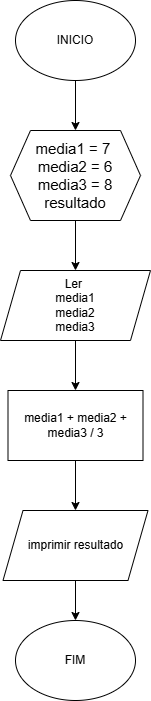
sthevaolol/Draw.io keeps this draw.io diagram as ativ4.drawio.png. Above is the earlier version. Source tidied: cells renumbered, new cells last; positions are measured from the earlier drawing's top-left corner, leaving out a move shared by most shapes. Its diagram source:
```xml
<mxGraphModel>
  <root>
    <mxCell id="0" />
    <mxCell id="1" parent="0" />
    <mxCell id="2" value="INICIO" style="ellipse;whiteSpace=wrap;html=1;" parent="1" vertex="1">
      <mxGeometry x="15" width="120" height="80" as="geometry" />
    </mxCell>
    <mxCell id="3" value="&lt;font style=&quot;font-size: 15px;&quot;&gt;media1 = 7&amp;nbsp;&lt;/font&gt;&lt;div style=&quot;font-size: 15px;&quot;&gt;&lt;font style=&quot;font-size: 15px;&quot;&gt;media2 = 6&lt;/font&gt;&lt;/div&gt;&lt;div style=&quot;font-size: 15px;&quot;&gt;&lt;font style=&quot;font-size: 15px;&quot;&gt;media3 = 8&lt;/font&gt;&lt;/div&gt;&lt;div style=&quot;font-size: 15px;&quot;&gt;&lt;font style=&quot;font-size: 15px;&quot;&gt;resultado&lt;/font&gt;&lt;/div&gt;" style="shape=hexagon;perimeter=hexagonPerimeter2;whiteSpace=wrap;html=1;fixedSize=1;" parent="1" vertex="1">
      <mxGeometry x="10" y="130" width="130" height="90" as="geometry" />
    </mxCell>
    <mxCell id="4" value="Ler&amp;nbsp;&lt;div&gt;media1&lt;/div&gt;&lt;div&gt;media2&lt;/div&gt;&lt;div&gt;media3&lt;/div&gt;" style="shape=parallelogram;perimeter=parallelogramPerimeter;whiteSpace=wrap;html=1;fixedSize=1;" parent="1" vertex="1">
      <mxGeometry y="270" width="150" height="70" as="geometry" />
    </mxCell>
    <mxCell id="5" value="media1 + media2 + media3 / 3" style="rounded=0;whiteSpace=wrap;html=1;" parent="1" vertex="1">
      <mxGeometry x="7.5" y="390" width="135" height="70" as="geometry" />
    </mxCell>
    <mxCell id="6" value="imprimir resultado" style="shape=parallelogram;perimeter=parallelogramPerimeter;whiteSpace=wrap;html=1;fixedSize=1;" parent="1" vertex="1">
      <mxGeometry x="2.5" y="510" width="145" height="70" as="geometry" />
    </mxCell>
    <mxCell id="7" value="FIM" style="ellipse;whiteSpace=wrap;html=1;" parent="1" vertex="1">
      <mxGeometry x="15" y="620" width="120" height="80" as="geometry" />
    </mxCell>
    <mxCell id="8" style="endArrow=classic;html=1;rounded=0;exitX=0.5;exitY=1;exitDx=0;exitDy=0;entryX=0.5;entryY=0;entryDx=0;entryDy=0;" parent="1" edge="1" source="2" target="3">
      <mxGeometry relative="1" as="geometry" />
    </mxCell>
    <mxCell id="9" style="endArrow=classic;html=1;rounded=0;exitX=0.5;exitY=1;exitDx=0;exitDy=0;entryX=0.5;entryY=0;entryDx=0;entryDy=0;" parent="1" edge="1" source="3" target="4">
      <mxGeometry relative="1" as="geometry" />
    </mxCell>
    <mxCell id="10" style="endArrow=classic;html=1;rounded=0;exitX=0.5;exitY=1;exitDx=0;exitDy=0;entryX=0.5;entryY=0;entryDx=0;entryDy=0;" parent="1" edge="1" source="4" target="5">
      <mxGeometry relative="1" as="geometry" />
    </mxCell>
    <mxCell id="11" style="endArrow=classic;html=1;rounded=0;exitX=0.5;exitY=1;exitDx=0;exitDy=0;entryX=0.5;entryY=0;entryDx=0;entryDy=0;" parent="1" edge="1" source="5" target="6">
      <mxGeometry relative="1" as="geometry" />
    </mxCell>
    <mxCell id="12" style="endArrow=classic;html=1;rounded=0;exitX=0.5;exitY=1;exitDx=0;exitDy=0;entryX=0.5;entryY=0;entryDx=0;entryDy=0;" parent="1" edge="1" source="6" target="7">
      <mxGeometry relative="1" as="geometry" />
    </mxCell>
  </root>
</mxGraphModel>
```
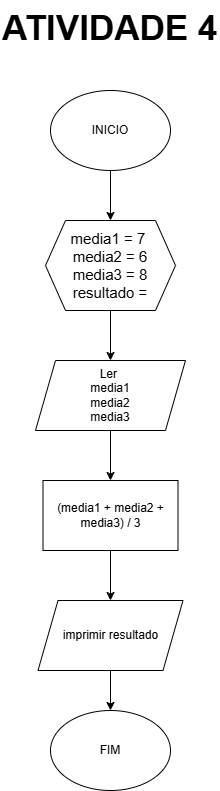
Later version of the same file.

Diff of the diagram source:
```diff
@@ -5,13 +5,13 @@
     <mxCell id="2" value="INICIO" style="ellipse;whiteSpace=wrap;html=1;" parent="1" vertex="1">
       <mxGeometry x="15" width="120" height="80" as="geometry" />
     </mxCell>
-    <mxCell id="3" value="&lt;font style=&quot;font-size: 15px;&quot;&gt;media1 = 7&amp;nbsp;&lt;/font&gt;&lt;div style=&quot;font-size: 15px;&quot;&gt;&lt;font style=&quot;font-size: 15px;&quot;&gt;media2 = 6&lt;/font&gt;&lt;/div&gt;&lt;div style=&quot;font-size: 15px;&quot;&gt;&lt;font style=&quot;font-size: 15px;&quot;&gt;media3 = 8&lt;/font&gt;&lt;/div&gt;&lt;div style=&quot;font-size: 15px;&quot;&gt;&lt;font style=&quot;font-size: 15px;&quot;&gt;resultado&lt;/font&gt;&lt;/div&gt;" style="shape=hexagon;perimeter=hexagonPerimeter2;whiteSpace=wrap;html=1;fixedSize=1;" parent="1" vertex="1">
+    <mxCell id="3" value="&lt;font style=&quot;font-size: 15px;&quot;&gt;media1 = 7&amp;nbsp;&lt;/font&gt;&lt;div style=&quot;font-size: 15px;&quot;&gt;&lt;font style=&quot;font-size: 15px;&quot;&gt;media2 = 6&lt;/font&gt;&lt;/div&gt;&lt;div style=&quot;font-size: 15px;&quot;&gt;&lt;font style=&quot;font-size: 15px;&quot;&gt;media3 = 8&lt;/font&gt;&lt;/div&gt;&lt;div style=&quot;font-size: 15px;&quot;&gt;&lt;font style=&quot;font-size: 15px;&quot;&gt;resultado =&lt;/font&gt;&lt;/div&gt;" style="shape=hexagon;perimeter=hexagonPerimeter2;whiteSpace=wrap;html=1;fixedSize=1;" parent="1" vertex="1">
       <mxGeometry x="10" y="130" width="130" height="90" as="geometry" />
     </mxCell>
     <mxCell id="4" value="Ler&amp;nbsp;&lt;div&gt;media1&lt;/div&gt;&lt;div&gt;media2&lt;/div&gt;&lt;div&gt;media3&lt;/div&gt;" style="shape=parallelogram;perimeter=parallelogramPerimeter;whiteSpace=wrap;html=1;fixedSize=1;" parent="1" vertex="1">
       <mxGeometry y="270" width="150" height="70" as="geometry" />
     </mxCell>
-    <mxCell id="5" value="media1 + media2 + media3 / 3" style="rounded=0;whiteSpace=wrap;html=1;" parent="1" vertex="1">
+    <mxCell id="5" value="(media1 + media2 + media3) / 3" style="rounded=0;whiteSpace=wrap;html=1;" parent="1" vertex="1">
       <mxGeometry x="7.5" y="390" width="135" height="70" as="geometry" />
     </mxCell>
     <mxCell id="6" value="imprimir resultado" style="shape=parallelogram;perimeter=parallelogramPerimeter;whiteSpace=wrap;html=1;fixedSize=1;" parent="1" vertex="1">
@@ -35,5 +35,8 @@
     <mxCell id="12" style="endArrow=classic;html=1;rounded=0;exitX=0.5;exitY=1;exitDx=0;exitDy=0;entryX=0.5;entryY=0;entryDx=0;entryDy=0;" parent="1" edge="1" source="6" target="7">
       <mxGeometry relative="1" as="geometry" />
     </mxCell>
+    <mxCell id="13" value="&lt;h1 style=&quot;margin-top: 0px; font-size: 35px;&quot;&gt;&lt;font style=&quot;font-size: 35px;&quot;&gt;ATIVIDADE 4&lt;/font&gt;&lt;/h1&gt;&lt;p style=&quot;font-size: 35px;&quot;&gt;&lt;br&gt;&lt;/p&gt;" style="text;html=1;whiteSpace=wrap;overflow=hidden;rounded=0;" parent="1" vertex="1">
+      <mxGeometry x="-35" y="-90" width="220" height="50" as="geometry" />
+    </mxCell>
   </root>
 </mxGraphModel>
```
